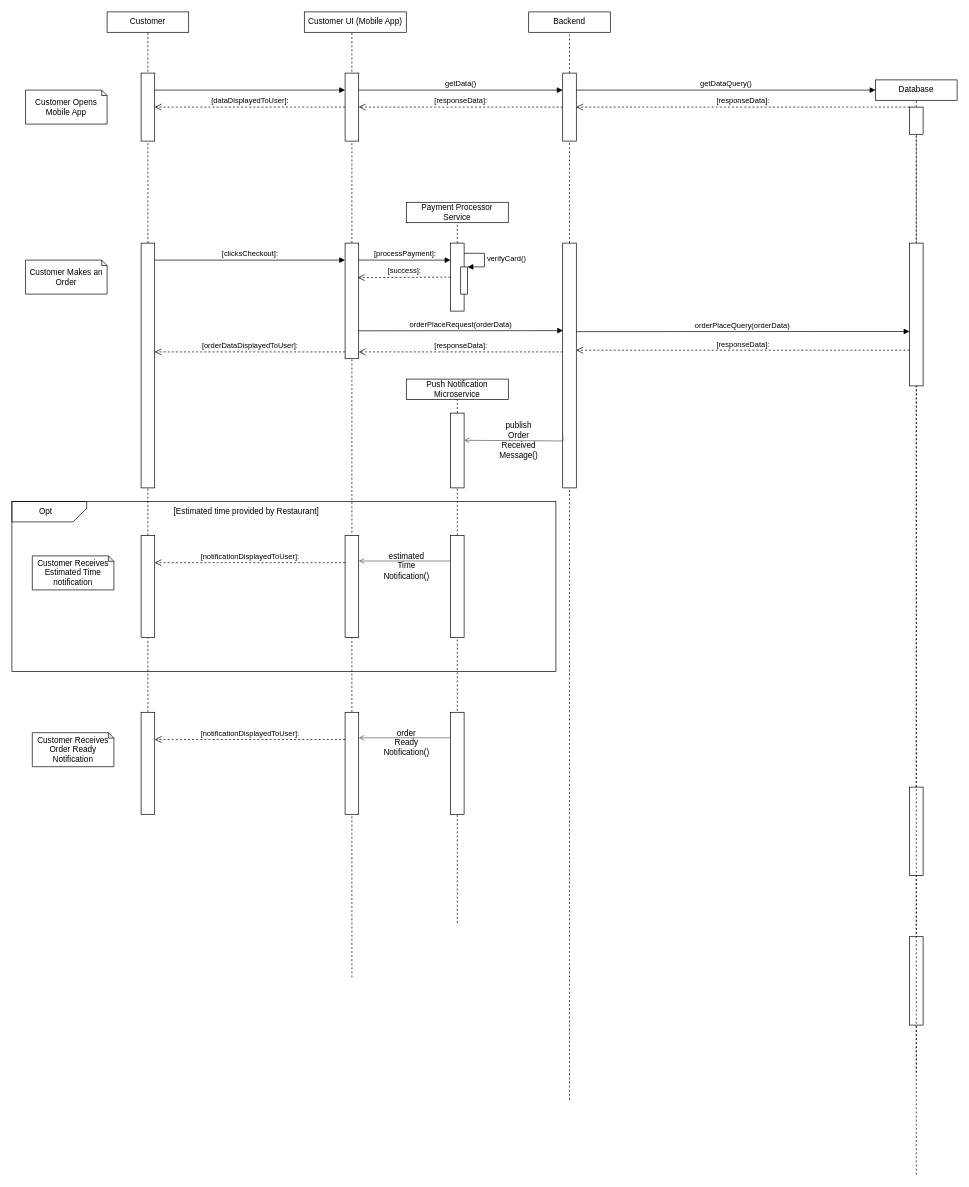
Earlier version of the draw.io diagram CustomerSequenceDiagram.drawio (jahan19011noor/university_project). Source tidied: cells renumbered, new cells numbered last; positions are measured from the earlier drawing's top-left corner, leaving out a move shared by most shapes. Both pictures are drawn from the tidied source at 68%, with x=0, y=0 at pixel (12, 12).
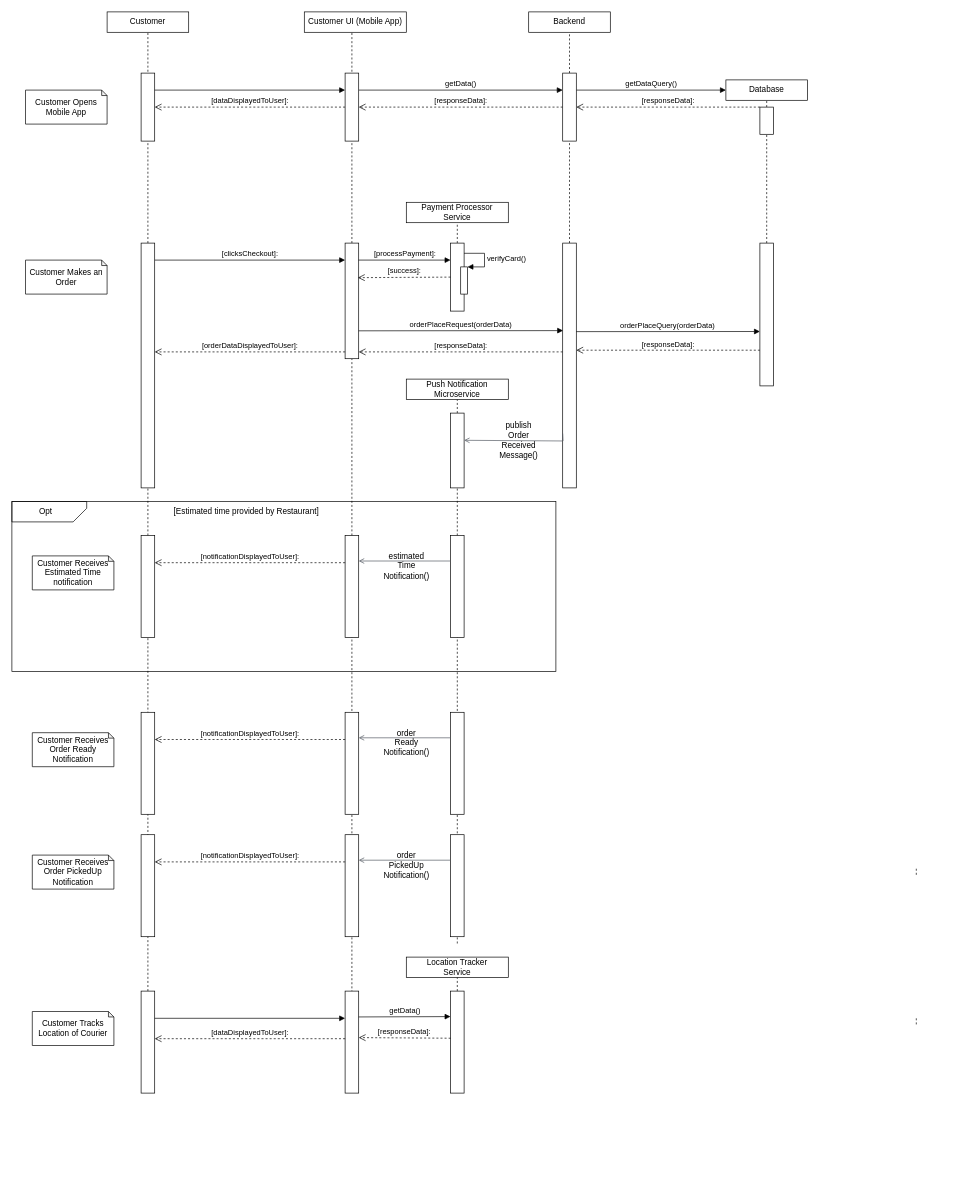
After the change.

Unchanged cells that the change refers to:
```xml
<mxCell id="21" style="rounded=0;whiteSpace=wrap;html=1;" parent="1" vertex="1">
  <mxGeometry x="490" y="340" width="20" height="170" as="geometry" />
</mxCell>
<mxCell id="52" style="rounded=0;whiteSpace=wrap;html=1;" parent="1" vertex="1">
  <mxGeometry x="645" y="590" width="20" height="110" as="geometry" />
</mxCell>
<mxCell id="58" style="rounded=0;whiteSpace=wrap;html=1;" parent="57" vertex="1">
  <mxGeometry x="160" width="20" height="150" as="geometry" />
</mxCell>
```

Change to the diagram source:
```diff
@@
-    <mxCell id="9" style="endArrow=none;dashed=1;html=1;rounded=0;entryX=0.5;entryY=1;entryDx=0;entryDy=0;" parent="1" edge="1" target="58">
-      <mxGeometry relative="1" as="geometry">
-        <mxPoint x="200" y="1150" as="sourcePoint" />
-      </mxGeometry>
+    <mxCell id="9" style="endArrow=none;dashed=1;html=1;rounded=0;entryX=0.5;entryY=1;entryDx=0;entryDy=0;startArrow=none;" parent="1" edge="1" source="93" target="58">
+      <mxGeometry relative="1" as="geometry" />
     </mxCell>
@@
     <mxCell id="18" style="endArrow=none;dashed=1;html=1;rounded=0;entryX=0.5;entryY=1;entryDx=0;entryDy=0;startArrow=none;" parent="1" edge="1" target="21">
       <mxGeometry relative="1" as="geometry">
-        <mxPoint x="500" y="1420" as="sourcePoint" />
+        <mxPoint x="500" y="1520" as="sourcePoint" />
         <Array as="points">
           <mxPoint x="500" y="1180" />
         </Array>
       </mxGeometry>
     </mxCell>
@@
-    <mxCell id="30" value="Database" style="rounded=0;whiteSpace=wrap;html=1;" parent="1" vertex="1">
-      <mxGeometry x="1270" y="100" width="120" height="30" as="geometry" />
-    </mxCell>
-    <mxCell id="31" style="endArrow=none;dashed=1;html=1;rounded=0;entryX=0.5;entryY=1;entryDx=0;entryDy=0;startArrow=none;" parent="1" edge="1" source="32" target="30">
-      <mxGeometry relative="1" as="geometry" />
-    </mxCell>
-    <mxCell id="32" style="rounded=0;whiteSpace=wrap;html=1;" parent="1" vertex="1">
-      <mxGeometry x="1320" y="140" width="20" height="40" as="geometry" />
-    </mxCell>
-    <mxCell id="33" style="endArrow=none;dashed=1;html=1;rounded=0;entryX=0.5;entryY=1;entryDx=0;entryDy=0;startArrow=none;" parent="1" edge="1" target="32">
-      <mxGeometry relative="1" as="geometry">
-        <mxPoint x="1330" y="1710" as="sourcePoint" />
-      </mxGeometry>
-    </mxCell>
-    <mxCell id="34" style="endArrow=none;dashed=1;html=1;rounded=0;entryX=0.5;entryY=1;entryDx=0;entryDy=0;startArrow=none;" parent="1" edge="1" source="39">
-      <mxGeometry relative="1" as="geometry">
-        <mxPoint x="1330" y="180" as="targetPoint" />
-      </mxGeometry>
-    </mxCell>
-    <mxCell id="35" style="endArrow=none;dashed=1;html=1;rounded=0;entryX=0.5;entryY=1;entryDx=0;entryDy=0;" parent="1" edge="1" target="36">
+    <mxCell id="35" style="endArrow=none;dashed=1;html=1;rounded=0;entryX=0.5;entryY=1;entryDx=0;entryDy=0;" parent="1" edge="1">
       <mxGeometry relative="1" as="geometry">
         <mxPoint x="1330" y="1260" as="sourcePoint" />
+        <mxPoint x="1330" y="1270" as="targetPoint" />
       </mxGeometry>
     </mxCell>
-    <mxCell id="36" style="rounded=0;whiteSpace=wrap;html=1;" parent="1" vertex="1">
-      <mxGeometry x="1320" y="1140" width="20" height="130" as="geometry" />
-    </mxCell>
-    <mxCell id="37" style="endArrow=none;dashed=1;html=1;rounded=0;entryX=0.5;entryY=1;entryDx=0;entryDy=0;" parent="1" edge="1" target="38">
+    <mxCell id="37" style="endArrow=none;dashed=1;html=1;rounded=0;entryX=0.5;entryY=1;entryDx=0;entryDy=0;" parent="1" edge="1">
       <mxGeometry relative="1" as="geometry">
         <mxPoint x="1330" y="1480" as="sourcePoint" />
+        <mxPoint x="1330" y="1490" as="targetPoint" />
       </mxGeometry>
     </mxCell>
-    <mxCell id="38" style="rounded=0;whiteSpace=wrap;html=1;" parent="1" vertex="1">
-      <mxGeometry x="1320" y="1360" width="20" height="130" as="geometry" />
-    </mxCell>
-    <mxCell id="39" style="rounded=0;whiteSpace=wrap;html=1;" parent="1" vertex="1">
-      <mxGeometry x="1320" y="340" width="20" height="210" as="geometry" />
-    </mxCell>
-    <mxCell id="40" style="endArrow=none;dashed=1;html=1;rounded=0;entryX=0.5;entryY=1;entryDx=0;entryDy=0;startArrow=none;" parent="1" edge="1" target="39">
-      <mxGeometry relative="1" as="geometry">
-        <mxPoint x="1330" y="1560" as="sourcePoint" />
-      </mxGeometry>
-    </mxCell>
@@
-    <mxCell id="50" style="endArrow=none;dashed=1;html=1;rounded=0;entryX=0.5;entryY=1;entryDx=0;entryDy=0;startArrow=none;" parent="1" edge="1">
-      <mxGeometry relative="1" as="geometry">
-        <mxPoint x="820" y="1600" as="sourcePoint" />
-        <mxPoint x="820" y="550" as="targetPoint" />
-      </mxGeometry>
-    </mxCell>
@@
     <mxCell id="53" style="endArrow=none;dashed=1;html=1;rounded=0;entryX=0.5;entryY=1;entryDx=0;entryDy=0;startArrow=none;" parent="1" edge="1" target="52">
       <mxGeometry relative="1" as="geometry">
-        <mxPoint x="655" y="1340" as="sourcePoint" />
+        <mxPoint x="655" y="1370" as="sourcePoint" />
       </mxGeometry>
     </mxCell>
@@
+    <mxCell id="80" value="Location Tracker&lt;br&gt;Service" style="rounded=0;whiteSpace=wrap;html=1;" parent="1" vertex="1">
+      <mxGeometry x="580" y="1390" width="150" height="30" as="geometry" />
+    </mxCell>
+    <mxCell id="81" style="endArrow=none;dashed=1;html=1;rounded=0;entryX=0.5;entryY=1;entryDx=0;entryDy=0;startArrow=none;" parent="1" edge="1" target="80">
+      <mxGeometry relative="1" as="geometry">
+        <mxPoint x="655" y="1440" as="sourcePoint" />
+      </mxGeometry>
+    </mxCell>
+    <mxCell id="82" style="endArrow=none;dashed=1;html=1;rounded=0;entryX=0.5;entryY=1;entryDx=0;entryDy=0;startArrow=none;" parent="1" edge="1" source="91">
+      <mxGeometry relative="1" as="geometry">
+        <mxPoint x="655" y="1500" as="targetPoint" />
+      </mxGeometry>
+    </mxCell>
+    <mxCell id="83" style="rounded=0;whiteSpace=wrap;html=1;" parent="1" vertex="1">
+      <mxGeometry x="190" y="1210" width="20" height="150" as="geometry" />
+    </mxCell>
+    <mxCell id="84" value="Customer Receives Order PickedUp&lt;br&gt;Notification" style="shape=note;whiteSpace=wrap;html=1;backgroundOutline=1;darkOpacity=0.05;size=8;" parent="1" vertex="1">
+      <mxGeometry x="30" y="1240" width="120" height="50" as="geometry" />
+    </mxCell>
+    <mxCell id="85" style="rounded=0;whiteSpace=wrap;html=1;" parent="1" vertex="1">
+      <mxGeometry x="645" y="1210" width="20" height="150" as="geometry" />
+    </mxCell>
+    <mxCell id="86" style="endArrow=none;dashed=1;html=1;rounded=0;entryX=0.5;entryY=1;entryDx=0;entryDy=0;startArrow=none;" parent="1" edge="1" target="85">
+      <mxGeometry relative="1" as="geometry">
+        <mxPoint x="655" y="1360" as="sourcePoint" />
+      </mxGeometry>
+    </mxCell>
+    <mxCell id="87" value="order&lt;br&gt;PickedUp&lt;br&gt;Notification()" style="text;html=1;align=center;verticalAlign=middle;strokeColor=none;fillColor=none;" parent="1" vertex="1">
+      <mxGeometry x="540" y="1230" width="80" height="50" as="geometry" />
+    </mxCell>
+    <mxCell id="88" style="edgeStyle=orthogonalEdgeStyle;html=1;endArrow=none;elbow=vertical;startArrow=open;startFill=0;strokeColor=#545B64;rounded=0;entryX=0;entryY=0.25;entryDx=0;entryDy=0;exitX=1;exitY=0.25;exitDx=0;exitDy=0;" parent="1" edge="1" source="89" target="85">
+      <mxGeometry relative="1" as="geometry" />
+    </mxCell>
+    <mxCell id="89" style="rounded=0;whiteSpace=wrap;html=1;" parent="1" vertex="1">
+      <mxGeometry x="490" y="1210" width="20" height="150" as="geometry" />
+    </mxCell>
+    <mxCell id="90" value="[notificationDisplayedToUser]:" style="html=1;verticalAlign=bottom;endArrow=open;dashed=1;endSize=8;rounded=0;exitX=0;exitY=0.5;exitDx=0;exitDy=0;entryX=1;entryY=0.5;entryDx=0;entryDy=0;" parent="1" edge="1">
+      <mxGeometry relative="1" as="geometry">
+        <mxPoint x="490" y="1250" as="sourcePoint" />
+        <mxPoint x="210" y="1250" as="targetPoint" />
+      </mxGeometry>
+    </mxCell>
+    <mxCell id="91" style="rounded=0;whiteSpace=wrap;html=1;" parent="1" vertex="1">
+      <mxGeometry x="645" y="1440" width="20" height="150" as="geometry" />
+    </mxCell>
+    <mxCell id="92" style="rounded=0;whiteSpace=wrap;html=1;" parent="1" vertex="1">
+      <mxGeometry x="490" y="1440" width="20" height="150" as="geometry" />
+    </mxCell>
+    <mxCell id="93" style="rounded=0;whiteSpace=wrap;html=1;" parent="1" vertex="1">
+      <mxGeometry x="190" y="1440" width="20" height="150" as="geometry" />
+    </mxCell>
+    <mxCell id="94" value="Customer Tracks Location of Courier" style="shape=note;whiteSpace=wrap;html=1;backgroundOutline=1;darkOpacity=0.05;size=8;" parent="1" vertex="1">
+      <mxGeometry x="30" y="1470" width="120" height="50" as="geometry" />
+    </mxCell>
+    <mxCell id="95" style="html=1;verticalAlign=bottom;endArrow=block;rounded=0;entryX=0;entryY=0.25;entryDx=0;entryDy=0;exitX=1;exitY=0.25;exitDx=0;exitDy=0;" parent="1" edge="1">
+      <mxGeometry relative="1" as="geometry">
+        <mxPoint x="210" y="1480" as="sourcePoint" />
+        <mxPoint x="490" y="1480" as="targetPoint" />
+      </mxGeometry>
+    </mxCell>
+    <mxCell id="96" value="[dataDisplayedToUser]:" style="html=1;verticalAlign=bottom;endArrow=open;dashed=1;endSize=8;rounded=0;exitX=0;exitY=0.5;exitDx=0;exitDy=0;entryX=1;entryY=0.5;entryDx=0;entryDy=0;" parent="1" edge="1">
+      <mxGeometry relative="1" as="geometry">
+        <mxPoint x="490" y="1510" as="sourcePoint" />
+        <mxPoint x="210" y="1510" as="targetPoint" />
+      </mxGeometry>
+    </mxCell>
+    <mxCell id="97" value="getData()" style="html=1;verticalAlign=bottom;endArrow=block;rounded=0;entryX=0;entryY=0.25;entryDx=0;entryDy=0;" parent="1" edge="1" target="91">
+      <mxGeometry relative="1" as="geometry">
+        <mxPoint x="510" y="1478" as="sourcePoint" />
+      </mxGeometry>
+    </mxCell>
+    <mxCell id="98" value="[responseData]:" style="html=1;verticalAlign=bottom;endArrow=open;dashed=1;endSize=8;rounded=0;exitX=0.012;exitY=0.462;exitDx=0;exitDy=0;entryX=1.002;entryY=0.456;entryDx=0;entryDy=0;entryPerimeter=0;exitPerimeter=0;" parent="1" edge="1" source="91" target="92">
+      <mxGeometry relative="1" as="geometry" />
+    </mxCell>
+    <mxCell id="99" style="group;" parent="1" vertex="1">
+      <mxGeometry x="1050" y="100" width="120" height="450" as="geometry" />
+    </mxCell>
+    <mxCell id="30" value="Database" style="rounded=0;whiteSpace=wrap;html=1;" parent="99" vertex="1">
+      <mxGeometry width="120" height="30" as="geometry" />
+    </mxCell>
+    <mxCell id="31" style="endArrow=none;dashed=1;html=1;rounded=0;entryX=0.5;entryY=1;entryDx=0;entryDy=0;startArrow=none;" parent="99" edge="1" source="32" target="30">
+      <mxGeometry relative="1" as="geometry" />
+    </mxCell>
+    <mxCell id="32" style="rounded=0;whiteSpace=wrap;html=1;" parent="99" vertex="1">
+      <mxGeometry x="50" y="40" width="20" height="40" as="geometry" />
+    </mxCell>
+    <mxCell id="34" style="endArrow=none;dashed=1;html=1;rounded=0;entryX=0.5;entryY=1;entryDx=0;entryDy=0;startArrow=none;" parent="99" edge="1" source="39">
+      <mxGeometry relative="1" as="geometry">
+        <mxPoint x="60" y="80" as="targetPoint" />
+      </mxGeometry>
+    </mxCell>
+    <mxCell id="39" style="rounded=0;whiteSpace=wrap;html=1;" parent="99" vertex="1">
+      <mxGeometry x="50" y="240" width="20" height="210" as="geometry" />
+    </mxCell>
```
